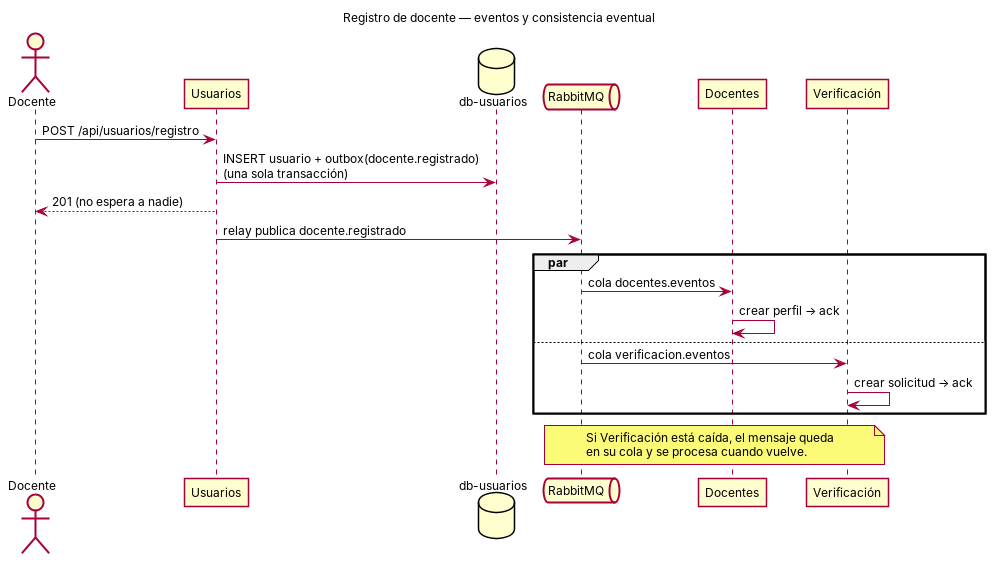
Earlier version of the PlantUML export docs/ut5/secuencia_registro.png (SebastianCuneo/tutorYA). Its source is kept beside it as docs/ut5/secuencia_registro.puml. Source of this version:
```plantuml
@startuml secuencia_registro
skinparam shadowing false
skinparam defaultFontSize 12
title Registro de docente — eventos y consistencia eventual

actor Docente
participant Usuarios
database "db-usuarios" as DB
queue RabbitMQ
participant Docentes
participant Verificación

Docente -> Usuarios : POST /api/usuarios/registro
Usuarios -> DB : INSERT usuario + outbox(docente.registrado)\n(una sola transacción)
Usuarios --> Docente : 201 (no espera a nadie)
Usuarios -> RabbitMQ : relay publica docente.registrado
par
  RabbitMQ -> Docentes : cola docentes.eventos
  Docentes -> Docentes : crear perfil → ack
else
  RabbitMQ -> Verificación : cola verificacion.eventos
  Verificación -> Verificación : crear solicitud → ack
end
note over RabbitMQ, Verificación : Si Verificación está caída, el mensaje queda\nen su cola y se procesa cuando vuelve.
@enduml
```
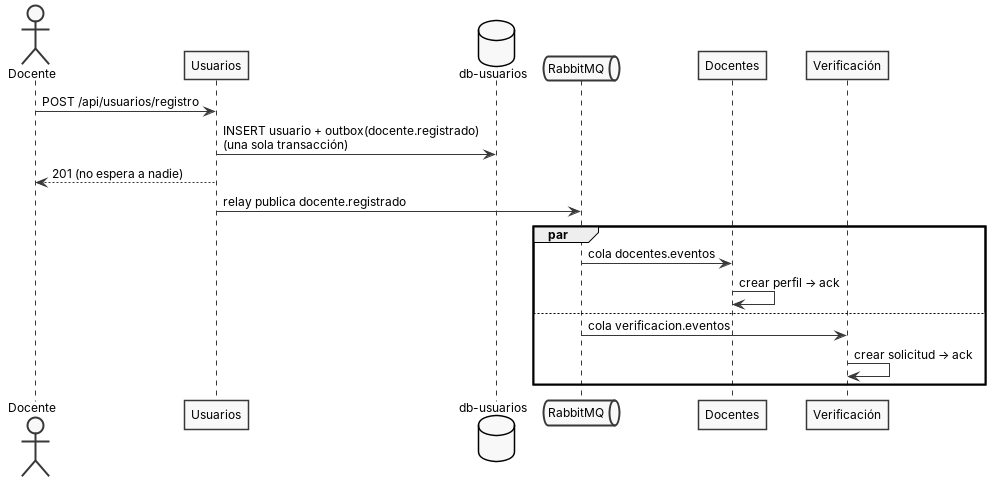
After the commit.

The edit, as a diff of the source:
```diff
@@ -1,7 +1,9 @@
 @startuml secuencia_registro
+skinparam monochrome true
 skinparam shadowing false
+skinparam defaultFontName Arial
 skinparam defaultFontSize 12
-title Registro de docente — eventos y consistencia eventual
+skinparam backgroundColor white
 
 actor Docente
 participant Usuarios
@@ -21,5 +23,4 @@
   RabbitMQ -> Verificación : cola verificacion.eventos
   Verificación -> Verificación : crear solicitud → ack
 end
-note over RabbitMQ, Verificación : Si Verificación está caída, el mensaje queda\nen su cola y se procesa cuando vuelve.
 @enduml
```
